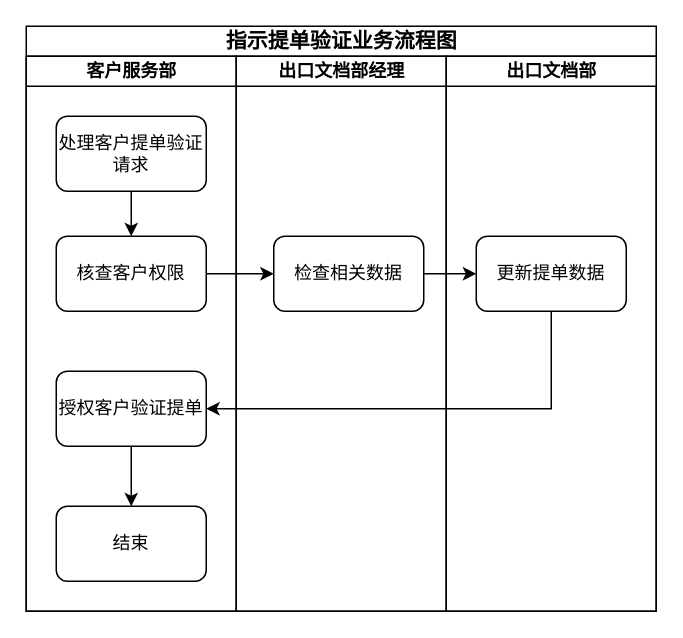
Earlier version of the draw.io diagram 提单验证优化后.drawio (huangdamon/taobao_catch). Source tidied: cells renumbered, new cells numbered last; positions are measured from the earlier drawing's top-left corner, leaving out a move shared by most shapes. Both pictures are drawn from the tidied source at 150%, with x=0, y=0 at pixel (26, 26).
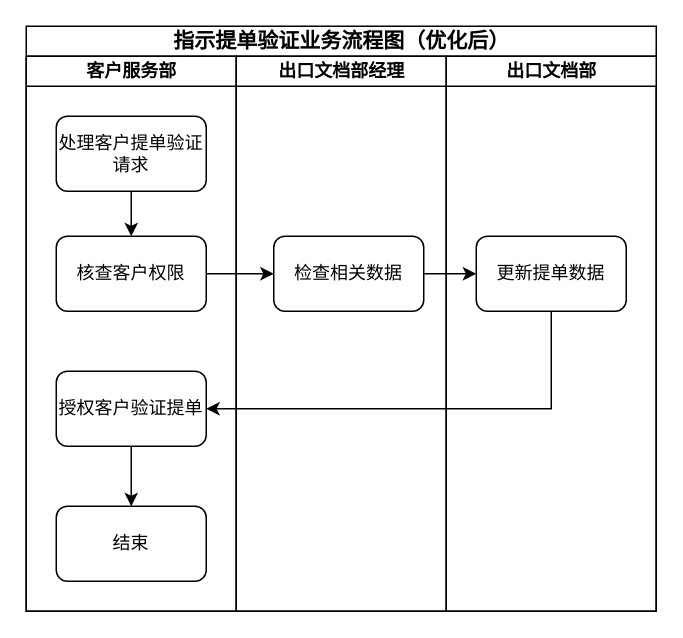
The same page after the edit.

Commit message (it also covers changes not shown here):
Update 提单验证优化后.drawio

Change to the diagram source:
```diff
@@
 <mxGraphModel>
   <root>
     <mxCell id="0" />
     <mxCell id="1" parent="0" />
-    <mxCell id="2" value="&lt;font style=&quot;font-size: 14px;&quot;&gt;指示提单验证业务流程图&lt;/font&gt;" style="swimlane;html=1;startSize=20;rounded=0;shadow=0;labelBackgroundColor=none;strokeWidth=1;fontFamily=Verdana;fontSize=8;align=center;" parent="1" vertex="1">
+    <mxCell id="2" value="&lt;font style=&quot;font-size: 14px;&quot;&gt;指示提单验证业务流程图（优化后）&lt;/font&gt;" style="swimlane;html=1;startSize=20;rounded=0;shadow=0;labelBackgroundColor=none;strokeWidth=1;fontFamily=Verdana;fontSize=8;align=center;" parent="1" vertex="1">
       <mxGeometry width="420" height="390" as="geometry" />
     </mxCell>
     <mxCell id="3" value="客户服务部" style="swimlane;html=1;startSize=20;" parent="2" vertex="1">
       <mxGeometry y="20" width="140" height="370" as="geometry" />
     </mxCell>
     <mxCell id="4" style="edgeStyle=orthogonalEdgeStyle;rounded=0;jettySize=auto;html=1;exitX=0.5;exitY=1;exitDx=0;exitDy=0;" parent="3" edge="1" source="5" target="9">
       <mxGeometry relative="1" as="geometry" />
     </mxCell>
     <mxCell id="5" value="处理客户提单验证请求" style="rounded=1;whiteSpace=wrap;html=1;" parent="3" vertex="1">
       <mxGeometry x="20" y="40" width="100" height="50" as="geometry" />
     </mxCell>
     <mxCell id="6" style="edgeStyle=orthogonalEdgeStyle;rounded=0;jettySize=auto;html=1;exitX=0.5;exitY=1;exitDx=0;exitDy=0;entryX=0.5;entryY=0;entryDx=0;entryDy=0;" parent="3" edge="1" source="7" target="8">
       <mxGeometry relative="1" as="geometry" />
     </mxCell>
     <mxCell id="7" value="授权客户验证提单" style="rounded=1;whiteSpace=wrap;html=1;" parent="3" vertex="1">
       <mxGeometry x="20" y="210" width="100" height="50" as="geometry" />
     </mxCell>
     <mxCell id="8" value="结束" style="rounded=1;whiteSpace=wrap;html=1;" parent="3" vertex="1">
       <mxGeometry x="20" y="300" width="100" height="50" as="geometry" />
     </mxCell>
     <mxCell id="9" value="核查客户权限" style="rounded=1;whiteSpace=wrap;html=1;" parent="3" vertex="1">
       <mxGeometry x="20" y="120" width="100" height="50" as="geometry" />
     </mxCell>
     <mxCell id="10" value="出口文档部经理" style="swimlane;html=1;startSize=20;" parent="2" vertex="1">
       <mxGeometry x="140" y="20" width="140" height="370" as="geometry" />
     </mxCell>
     <mxCell id="11" value="检查相关数据" style="rounded=1;whiteSpace=wrap;html=1;" parent="10" vertex="1">
       <mxGeometry x="25" y="120" width="100" height="50" as="geometry" />
     </mxCell>
     <mxCell id="12" style="edgeStyle=orthogonalEdgeStyle;rounded=0;jettySize=auto;html=1;exitX=1;exitY=0.5;exitDx=0;exitDy=0;entryX=0;entryY=0.5;entryDx=0;entryDy=0;" parent="2" edge="1" source="9" target="11">
       <mxGeometry relative="1" as="geometry" />
     </mxCell>
     <mxCell id="13" value="出口文档部" style="swimlane;html=1;startSize=20;" parent="2" vertex="1">
       <mxGeometry x="280" y="20" width="140" height="370" as="geometry" />
     </mxCell>
     <mxCell id="14" value="更新提单数据" style="rounded=1;whiteSpace=wrap;html=1;" parent="13" vertex="1">
       <mxGeometry x="20" y="120" width="100" height="50" as="geometry" />
     </mxCell>
     <mxCell id="15" style="edgeStyle=orthogonalEdgeStyle;rounded=0;jettySize=auto;html=1;entryX=0;entryY=0.5;entryDx=0;entryDy=0;" parent="2" edge="1" source="11" target="14">
       <mxGeometry relative="1" as="geometry" />
     </mxCell>
     <mxCell id="16" style="edgeStyle=orthogonalEdgeStyle;rounded=0;jettySize=auto;html=1;exitX=0.5;exitY=1;exitDx=0;exitDy=0;entryX=1;entryY=0.5;entryDx=0;entryDy=0;" parent="2" edge="1" source="14" target="7">
       <mxGeometry relative="1" as="geometry" />
     </mxCell>
   </root>
 </mxGraphModel>
```
